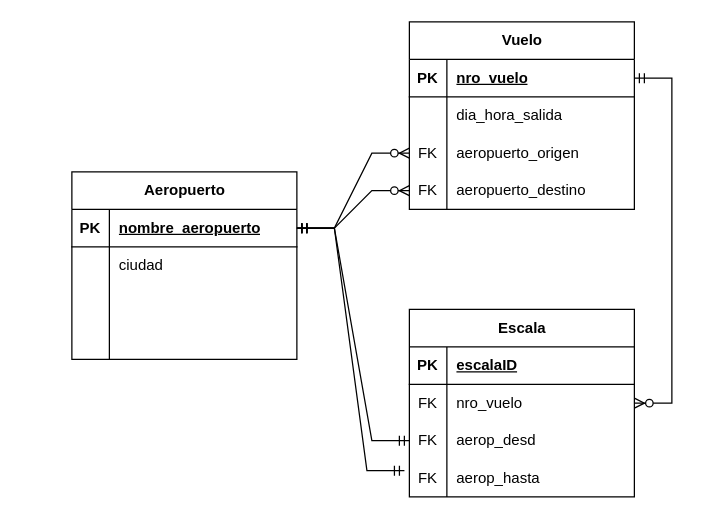
Before: ej6.drawio in DamianPiuselli/Diagrams, a draw.io diagram. Source tidied: cells renumbered, new cells numbered last; positions are measured from the earlier drawing's top-left corner, leaving out a move shared by most shapes. Both pictures are drawn from the tidied source at 125%, with x=0, y=0 at pixel (71, 21).
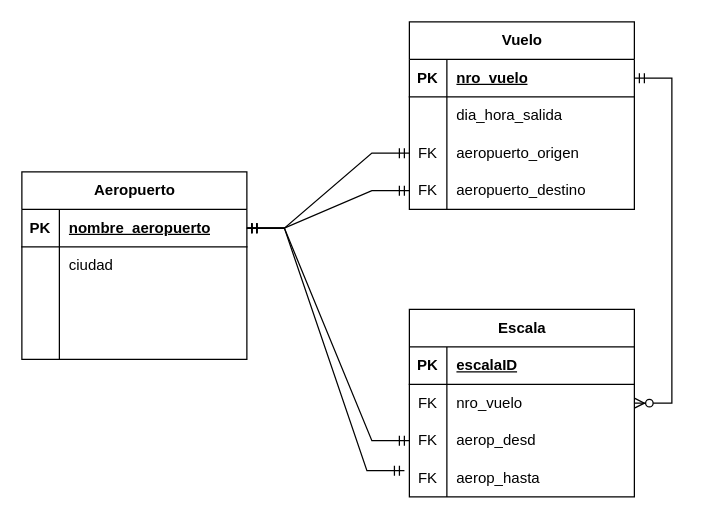
Above is the later version.

Unchanged cells that the change refers to:
```xml
<mxCell id="3" style="shape=tableRow;horizontal=0;startSize=0;swimlaneHead=0;swimlaneBody=0;fillColor=none;points=[[0,0.5],[1,0.5]];portConstraint=eastwest;top=0;left=0;right=0;bottom=1;" parent="2" vertex="1">
  <mxGeometry y="30" width="180" height="30" as="geometry" />
</mxCell>
<mxCell id="22" style="shape=tableRow;horizontal=0;startSize=0;swimlaneHead=0;swimlaneBody=0;fillColor=none;points=[[0,0.5],[1,0.5]];portConstraint=eastwest;top=0;left=0;right=0;bottom=0;" parent="15" vertex="1">
  <mxGeometry y="90" width="180" height="30" as="geometry" />
</mxCell>
<mxCell id="25" style="shape=tableRow;horizontal=0;startSize=0;swimlaneHead=0;swimlaneBody=0;fillColor=none;points=[[0,0.5],[1,0.5]];portConstraint=eastwest;top=0;left=0;right=0;bottom=0;" parent="15" vertex="1">
  <mxGeometry y="120" width="180" height="30" as="geometry" />
</mxCell>
```

What changed in the source:
```diff
@@
     <mxCell id="2" value="Aeropuerto" style="shape=table;startSize=30;childLayout=tableLayout;rowLines=0;fontStyle=1;align=center;html=1;" parent="1" vertex="1">
-      <mxGeometry y="120" width="180" height="150" as="geometry" />
+      <mxGeometry x="-40" y="120" width="180" height="150" as="geometry" />
     </mxCell>
@@
-    <mxCell id="41" style="edgeStyle=entityRelationEdgeStyle;fontSize=12;html=1;endArrow=ERzeroToMany;startArrow=ERmandOne;rounded=0;exitX=1;exitY=0.5;exitDx=0;exitDy=0;entryX=0;entryY=0.5;entryDx=0;entryDy=0;" parent="1" edge="1" source="3" target="22">
+    <mxCell id="41" style="edgeStyle=entityRelationEdgeStyle;fontSize=12;html=1;endArrow=ERmandOne;startArrow=ERmandOne;rounded=0;exitX=1;exitY=0.5;exitDx=0;exitDy=0;entryX=0;entryY=0.5;entryDx=0;entryDy=0;endFill=0;" parent="1" edge="1" source="3" target="22">
       <mxGeometry relative="1" as="geometry" />
     </mxCell>
-    <mxCell id="42" style="edgeStyle=entityRelationEdgeStyle;fontSize=12;html=1;endArrow=ERzeroToMany;startArrow=ERmandOne;rounded=0;exitX=1;exitY=0.5;exitDx=0;exitDy=0;entryX=0;entryY=0.5;entryDx=0;entryDy=0;" parent="1" edge="1" source="3" target="25">
+    <mxCell id="42" style="edgeStyle=entityRelationEdgeStyle;fontSize=12;html=1;endArrow=ERmandOne;startArrow=ERmandOne;rounded=0;exitX=1;exitY=0.5;exitDx=0;exitDy=0;entryX=0;entryY=0.5;entryDx=0;entryDy=0;endFill=0;" parent="1" edge="1" source="3" target="25">
       <mxGeometry relative="1" as="geometry" />
     </mxCell>
```
